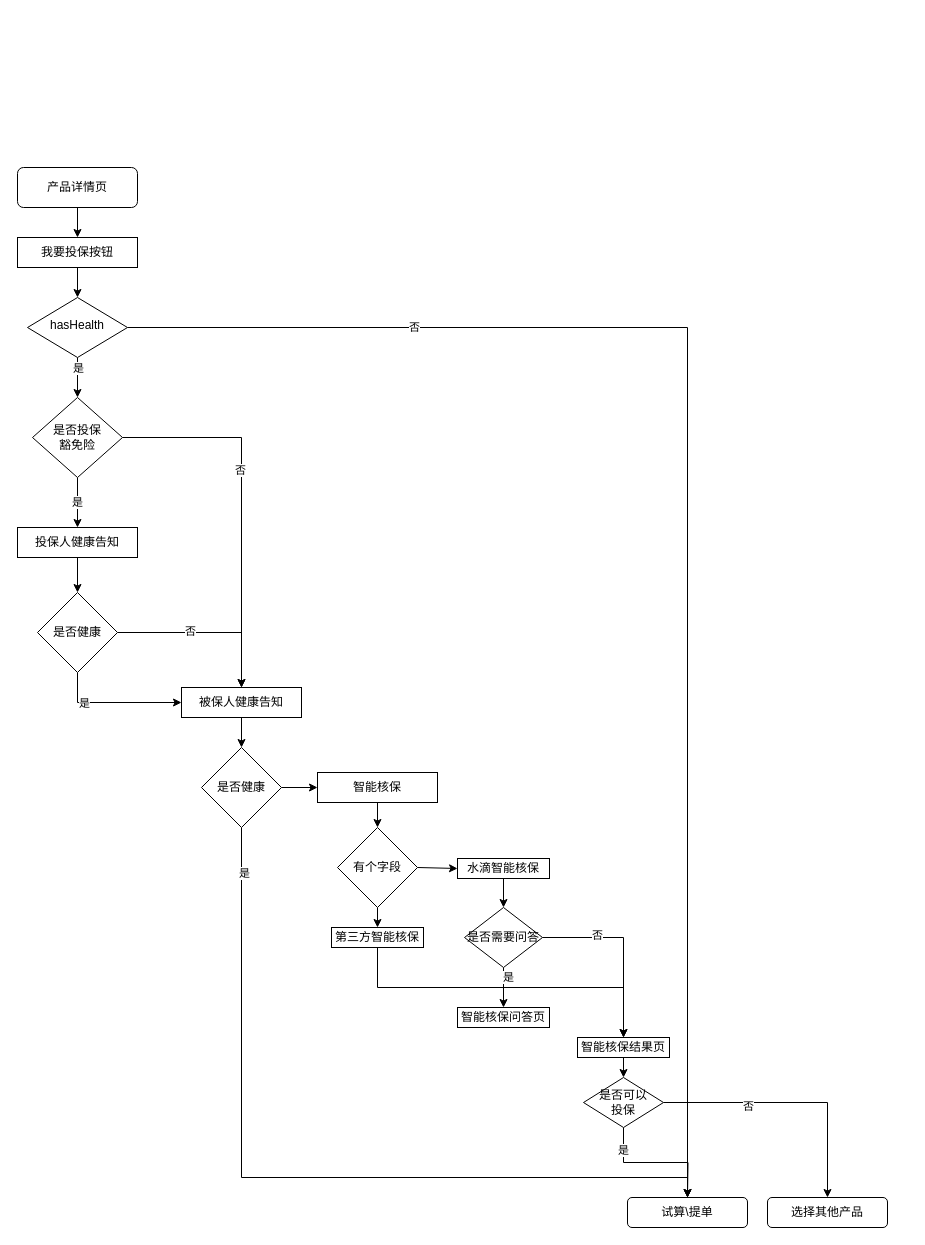
Earlier version of the draw.io diagram 未命名绘图.drawio (tiantangmowang/diagrams). Source tidied: cells renumbered, new cells numbered last; positions are measured from the earlier drawing's top-left corner, leaving out a move shared by most shapes. Both pictures are drawn from the tidied source at 100%, with x=0, y=0 at pixel (17, 167).
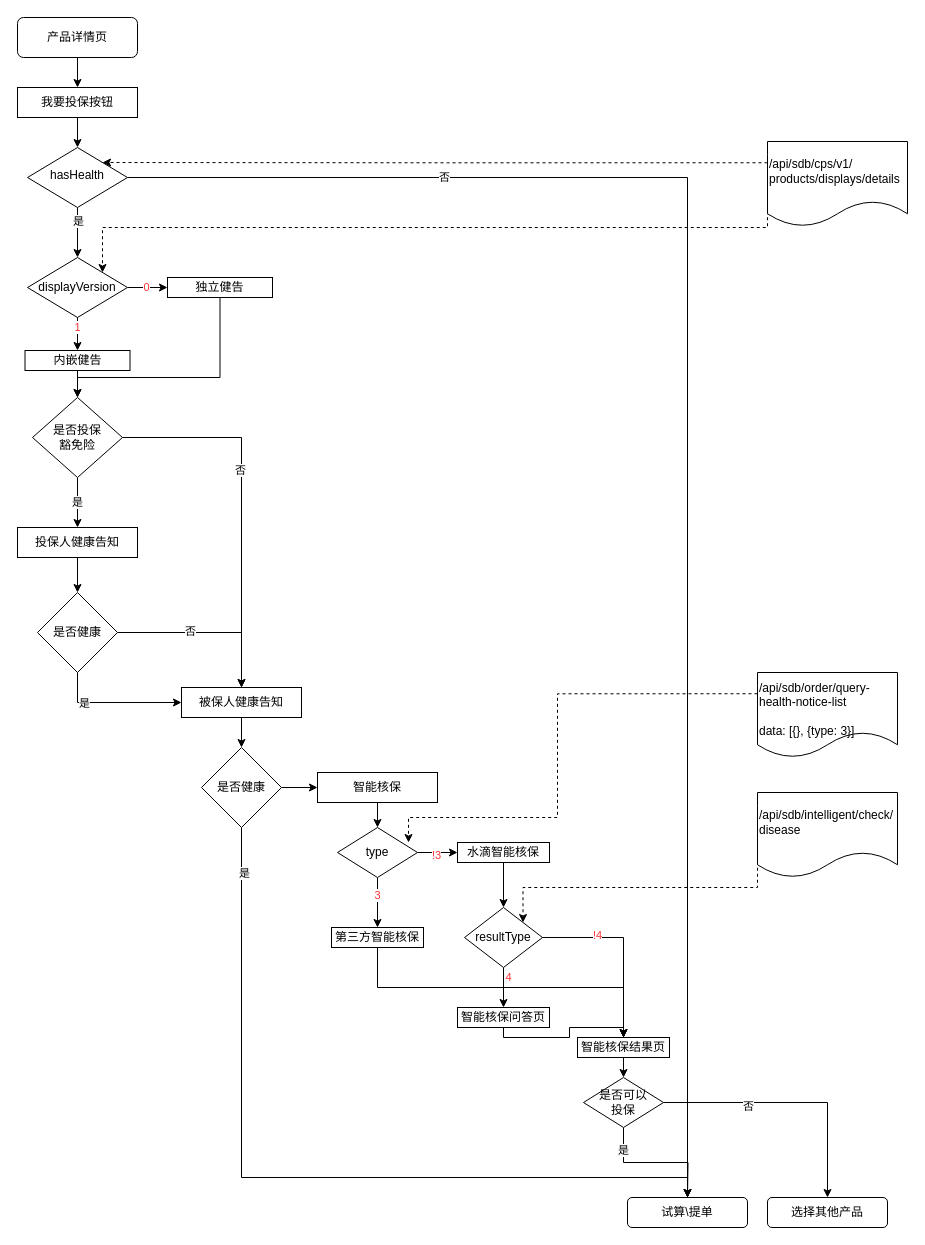
The same page after the edit.

Commit message:
更新未命名绘图.drawio

Unchanged cells that the change refers to:
```xml
<mxCell id="15" value="是否投保&lt;br&gt;豁免险" style="rhombus;whiteSpace=wrap;html=1;" parent="1" vertex="1">
  <mxGeometry x="15" y="230" width="90" height="80" as="geometry" />
</mxCell>
<mxCell id="31" style="edgeStyle=none;rounded=0;jettySize=auto;html=1;exitX=0.5;exitY=1;exitDx=0;exitDy=0;entryX=0.5;entryY=0;entryDx=0;entryDy=0;" parent="1" edge="1" source="33" target="35">
  <mxGeometry relative="1" as="geometry" />
</mxCell>
<mxCell id="32" style="edgeStyle=none;rounded=0;jettySize=auto;html=1;exitX=1;exitY=0.5;exitDx=0;exitDy=0;entryX=0;entryY=0.5;entryDx=0;entryDy=0;" parent="1" edge="1" source="33" target="37">
  <mxGeometry relative="1" as="geometry" />
</mxCell>
<mxCell id="38" style="edgeStyle=none;rounded=0;jettySize=auto;html=1;exitX=0.5;exitY=1;exitDx=0;exitDy=0;" parent="1" edge="1" source="42" target="43">
  <mxGeometry relative="1" as="geometry" />
</mxCell>
<mxCell id="40" style="edgeStyle=orthogonalEdgeStyle;rounded=0;jettySize=auto;html=1;exitX=1;exitY=0.5;exitDx=0;exitDy=0;" parent="1" edge="1" source="42" target="45">
  <mxGeometry relative="1" as="geometry" />
</mxCell>
<mxCell id="43" value="智能核保问答页" style="rounded=0;whiteSpace=wrap;html=1;" parent="1" vertex="1">
  <mxGeometry x="440" y="840" width="92" height="20" as="geometry" />
</mxCell>
<mxCell id="45" value="智能核保结果页" style="rounded=0;whiteSpace=wrap;html=1;" parent="1" vertex="1">
  <mxGeometry x="560" y="870" width="92" height="20" as="geometry" />
</mxCell>
```

What changed in the source:
```diff
@@
     <mxCell id="3" value="产品详情页" style="rounded=1;whiteSpace=wrap;html=1;fontSize=12;glass=0;strokeWidth=1;shadow=0;" parent="1" vertex="1">
-      <mxGeometry width="120" height="40" as="geometry" />
+      <mxGeometry y="-150" width="120" height="40" as="geometry" />
     </mxCell>
@@
-    <mxCell id="6" style="edgeStyle=none;rounded=0;jettySize=auto;html=1;exitX=0.5;exitY=1;exitDx=0;exitDy=0;entryX=0.5;entryY=0;entryDx=0;entryDy=0;" parent="1" edge="1" source="8" target="15">
+    <mxCell id="6" style="edgeStyle=none;rounded=0;jettySize=auto;html=1;exitX=0.5;exitY=1;exitDx=0;exitDy=0;entryX=0.5;entryY=0;entryDx=0;entryDy=0;" parent="1" edge="1" source="8" target="59">
       <mxGeometry relative="1" as="geometry" />
     </mxCell>
@@
     <mxCell id="8" value="hasHealth" style="rhombus;whiteSpace=wrap;html=1;shadow=0;fontFamily=Helvetica;fontSize=12;align=center;strokeWidth=1;spacing=6;spacingTop=-4;" parent="1" vertex="1">
-      <mxGeometry x="10" y="130" width="100" height="60" as="geometry" />
+      <mxGeometry x="10" y="-20" width="100" height="60" as="geometry" />
     </mxCell>
@@
     <mxCell id="10" value="我要投保按钮" style="rounded=0;whiteSpace=wrap;html=1;" parent="1" vertex="1">
-      <mxGeometry y="70" width="120" height="30" as="geometry" />
+      <mxGeometry y="-80" width="120" height="30" as="geometry" />
     </mxCell>
@@
+    <mxCell id="52" value="&lt;font color=&quot;#ff3333&quot;&gt;3&lt;/font&gt;" style="edgeLabel;html=1;align=center;verticalAlign=middle;" parent="31" vertex="1">
+      <mxGeometry x="-0.32" y="-1" relative="1" as="geometry" />
+    </mxCell>
@@
+    <mxCell id="53" value="&lt;font color=&quot;#ff3333&quot;&gt;!3&lt;/font&gt;" style="edgeLabel;html=1;align=center;verticalAlign=middle;" parent="32" vertex="1">
+      <mxGeometry x="-0.1" y="-2" relative="1" as="geometry" />
+    </mxCell>
-    <mxCell id="33" value="有个字段" style="rhombus;whiteSpace=wrap;html=1;" parent="1" vertex="1">
-      <mxGeometry x="320" y="660" width="80" height="80" as="geometry" />
+    <mxCell id="33" value="type" style="rhombus;whiteSpace=wrap;html=1;" parent="1" vertex="1">
+      <mxGeometry x="320" y="660" width="80" height="50" as="geometry" />
     </mxCell>
@@
     <mxCell id="37" value="水滴智能核保" style="rounded=0;whiteSpace=wrap;html=1;" parent="1" vertex="1">
-      <mxGeometry x="440" y="691" width="92" height="20" as="geometry" />
+      <mxGeometry x="440" y="675" width="92" height="20" as="geometry" />
     </mxCell>
@@
-    <mxCell id="39" value="是" style="edgeLabel;html=1;align=center;verticalAlign=middle;" parent="38" vertex="1">
+    <mxCell id="39" value="&lt;font color=&quot;#ff3333&quot;&gt;4&lt;/font&gt;" style="edgeLabel;html=1;align=center;verticalAlign=middle;" parent="38" vertex="1">
       <mxGeometry x="-0.53" y="4" relative="1" as="geometry" />
     </mxCell>
@@
-    <mxCell id="41" value="否" style="edgeLabel;html=1;align=center;verticalAlign=middle;" parent="40" vertex="1">
+    <mxCell id="41" value="&lt;font color=&quot;#ff3333&quot;&gt;!4&lt;/font&gt;" style="edgeLabel;html=1;align=center;verticalAlign=middle;" parent="40" vertex="1">
       <mxGeometry x="-0.4" y="3" relative="1" as="geometry" />
     </mxCell>
-    <mxCell id="42" value="是否需要问答" style="rhombus;whiteSpace=wrap;html=1;" parent="1" vertex="1">
+    <mxCell id="42" value="resultType" style="rhombus;whiteSpace=wrap;html=1;" parent="1" vertex="1">
       <mxGeometry x="447" y="740" width="78" height="60" as="geometry" />
     </mxCell>
+    <mxCell id="54" style="edgeStyle=orthogonalEdgeStyle;rounded=0;jettySize=auto;html=1;exitX=0.5;exitY=1;exitDx=0;exitDy=0;entryX=0.5;entryY=0;entryDx=0;entryDy=0;" parent="1" edge="1" source="43" target="45">
+      <mxGeometry relative="1" as="geometry">
+        <Array as="points">
+          <mxPoint x="486" y="870" />
+          <mxPoint x="552" y="870" />
+          <mxPoint x="552" y="860" />
+          <mxPoint x="606" y="860" />
+        </Array>
+      </mxGeometry>
+    </mxCell>
@@
+    <mxCell id="55" style="edgeStyle=none;rounded=0;jettySize=auto;html=1;exitX=0.5;exitY=1;exitDx=0;exitDy=0;entryX=0.5;entryY=0;entryDx=0;entryDy=0;" parent="1" edge="1" source="59" target="61">
+      <mxGeometry relative="1" as="geometry" />
+    </mxCell>
+    <mxCell id="56" value="&lt;font color=&quot;#ff3333&quot;&gt;1&lt;/font&gt;" style="edgeLabel;html=1;align=center;verticalAlign=middle;" parent="55" vertex="1">
+      <mxGeometry x="-0.45" y="-1" relative="1" as="geometry" />
+    </mxCell>
+    <mxCell id="57" style="edgeStyle=none;rounded=0;jettySize=auto;html=1;exitX=1;exitY=0.5;exitDx=0;exitDy=0;entryX=0;entryY=0.5;entryDx=0;entryDy=0;" parent="1" edge="1" source="59" target="63">
+      <mxGeometry relative="1" as="geometry" />
+    </mxCell>
+    <mxCell id="58" value="&lt;font color=&quot;#ff3333&quot;&gt;0&lt;/font&gt;" style="edgeLabel;html=1;align=center;verticalAlign=middle;" parent="57" vertex="1">
+      <mxGeometry x="-0.1" y="1" relative="1" as="geometry" />
+    </mxCell>
+    <mxCell id="59" value="displayVersion" style="rhombus;whiteSpace=wrap;html=1;" parent="1" vertex="1">
+      <mxGeometry x="10" y="90" width="100" height="60" as="geometry" />
+    </mxCell>
+    <mxCell id="60" style="edgeStyle=orthogonalEdgeStyle;rounded=0;jettySize=auto;html=1;exitX=0.5;exitY=1;exitDx=0;exitDy=0;entryX=0.5;entryY=0;entryDx=0;entryDy=0;" parent="1" edge="1" source="61" target="15">
+      <mxGeometry relative="1" as="geometry" />
+    </mxCell>
+    <mxCell id="61" value="内嵌健告" style="rounded=0;whiteSpace=wrap;html=1;" parent="1" vertex="1">
+      <mxGeometry x="7.5" y="183" width="105" height="20" as="geometry" />
+    </mxCell>
+    <mxCell id="62" style="edgeStyle=orthogonalEdgeStyle;rounded=0;jettySize=auto;html=1;exitX=0.5;exitY=1;exitDx=0;exitDy=0;" parent="1" edge="1" source="63">
+      <mxGeometry relative="1" as="geometry">
+        <mxPoint x="60" y="230" as="targetPoint" />
+        <Array as="points">
+          <mxPoint x="203" y="210" />
+          <mxPoint x="60" y="210" />
+        </Array>
+      </mxGeometry>
+    </mxCell>
+    <mxCell id="63" value="独立健告" style="rounded=0;whiteSpace=wrap;html=1;" parent="1" vertex="1">
+      <mxGeometry x="150" y="110" width="105" height="20" as="geometry" />
+    </mxCell>
+    <mxCell id="64" style="edgeStyle=orthogonalEdgeStyle;rounded=0;jettySize=auto;html=1;exitX=0;exitY=0.25;exitDx=0;exitDy=0;entryX=1;entryY=0;entryDx=0;entryDy=0;dashed=1;" parent="1" edge="1" source="66" target="8">
+      <mxGeometry relative="1" as="geometry" />
+    </mxCell>
+    <mxCell id="65" style="edgeStyle=orthogonalEdgeStyle;rounded=0;jettySize=auto;html=1;exitX=0;exitY=0.75;exitDx=0;exitDy=0;entryX=1;entryY=0;entryDx=0;entryDy=0;dashed=1;" parent="1" edge="1" source="66" target="59">
+      <mxGeometry relative="1" as="geometry">
+        <Array as="points">
+          <mxPoint x="750" y="60" />
+          <mxPoint x="85" y="60" />
+        </Array>
+      </mxGeometry>
+    </mxCell>
+    <mxCell id="66" value="/api/sdb/cps/v1/&lt;br&gt;products/displays/details" style="shape=document;whiteSpace=wrap;html=1;boundedLbl=1;align=left;" parent="1" vertex="1">
+      <mxGeometry x="750" y="-26" width="140" height="85" as="geometry" />
+    </mxCell>
+    <mxCell id="67" style="edgeStyle=orthogonalEdgeStyle;rounded=0;jettySize=auto;html=1;exitX=0;exitY=0.25;exitDx=0;exitDy=0;entryX=0.888;entryY=0.3;entryDx=0;entryDy=0;entryPerimeter=0;dashed=1;" parent="1" edge="1" source="68" target="33">
+      <mxGeometry relative="1" as="geometry">
+        <Array as="points">
+          <mxPoint x="540" y="526" />
+          <mxPoint x="540" y="650" />
+          <mxPoint x="391" y="650" />
+        </Array>
+      </mxGeometry>
+    </mxCell>
+    <mxCell id="68" value="&lt;br&gt;/api/sdb/order/query-health-notice-list&lt;br&gt;&lt;br&gt;data: [{}, {type: 3}]" style="shape=document;whiteSpace=wrap;html=1;boundedLbl=1;align=left;" parent="1" vertex="1">
+      <mxGeometry x="740" y="505" width="140" height="85" as="geometry" />
+    </mxCell>
+    <mxCell id="69" style="edgeStyle=orthogonalEdgeStyle;rounded=0;jettySize=auto;html=1;exitX=0;exitY=0.25;exitDx=0;exitDy=0;entryX=1;entryY=0;entryDx=0;entryDy=0;dashed=1;" parent="1" edge="1" source="70" target="42">
+      <mxGeometry relative="1" as="geometry">
+        <Array as="points">
+          <mxPoint x="740" y="720" />
+          <mxPoint x="506" y="720" />
+        </Array>
+      </mxGeometry>
+    </mxCell>
+    <mxCell id="70" value="/api/sdb/intelligent/check/&lt;br&gt;disease&lt;br&gt;" style="shape=document;whiteSpace=wrap;html=1;boundedLbl=1;align=left;" parent="1" vertex="1">
+      <mxGeometry x="740" y="625" width="140" height="85" as="geometry" />
+    </mxCell>
```
